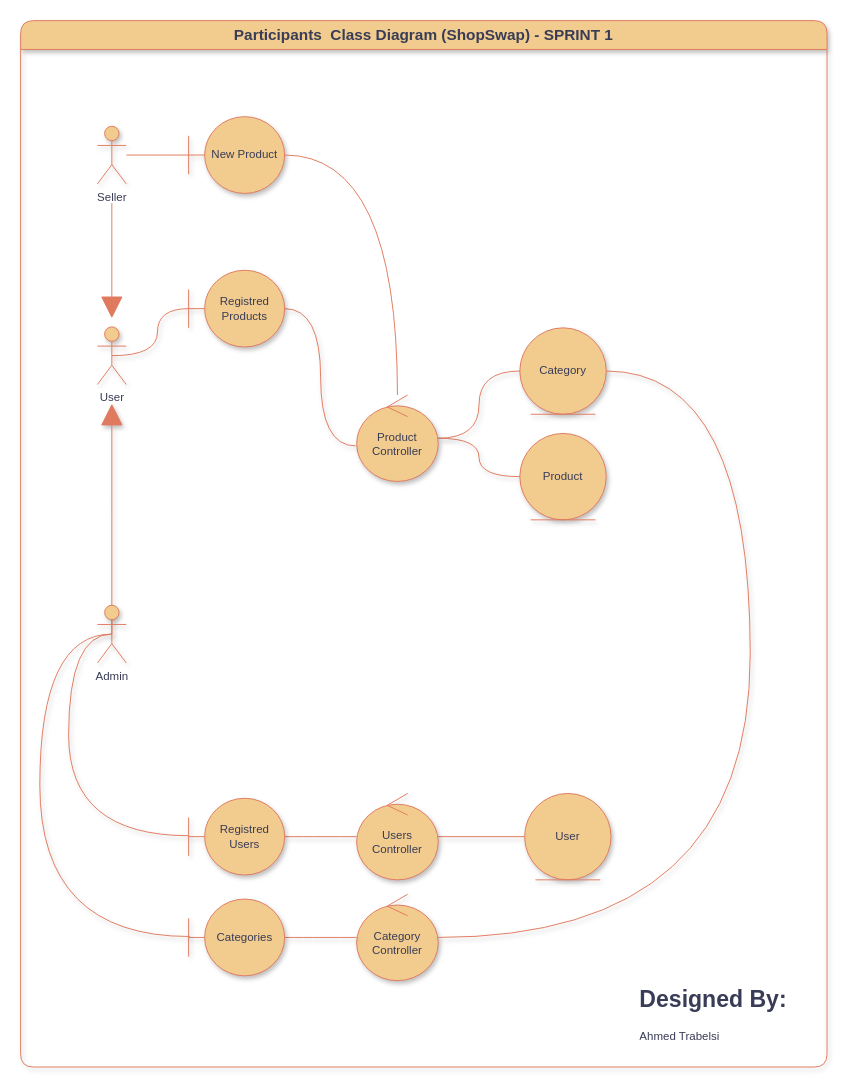
Above: Project Documentations/Conception/Modélisation UML/Analyse/Participants Class Diagram - SPRINT 1.drawio in AhmedTrabelsy/SwapShop (draw.io), before the change. Source tidied: cells renumbered, new cells numbered last; positions are measured from the earlier drawing's top-left corner, leaving out a move shared by most shapes. Both pictures are drawn from the tidied source at 96%, with x=0, y=0 at pixel (20, 20).
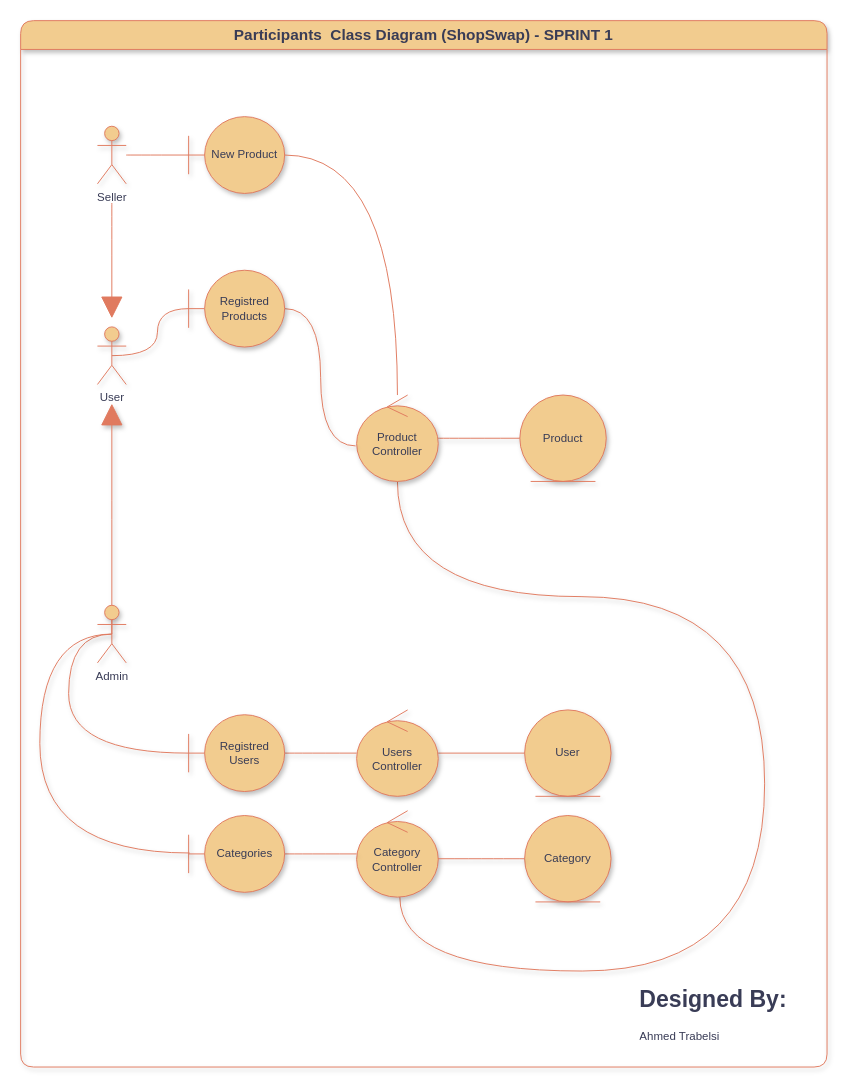
The same page after the edit.

Commit message (it also covers changes not shown here):
fix the participants class diagram

Unchanged cells that the change refers to:
```xml
<mxCell id="6" value="Product Controller" style="ellipse;shape=umlControl;whiteSpace=wrap;html=1;strokeColor=#E07A5F;fontColor=#393C56;fillColor=#F2CC8F;rounded=1;shadow=1;labelBackgroundColor=none;" parent="1" vertex="1">
  <mxGeometry x="350" y="390" width="85" height="90" as="geometry" />
</mxCell>
<mxCell id="11" value="Admin" style="shape=umlActor;verticalLabelPosition=bottom;verticalAlign=top;html=1;outlineConnect=0;labelBackgroundColor=none;fillColor=#F2CC8F;strokeColor=#E07A5F;fontColor=#393C56;rounded=1;shadow=1;" parent="1" vertex="1">
  <mxGeometry x="80" y="609" width="30" height="60" as="geometry" />
</mxCell>
<mxCell id="18" value="&lt;font style=&quot;font-size: 16px;&quot;&gt;Participants&amp;nbsp; Class Diagram (ShopSwap) - SPRINT 1&lt;/font&gt;" style="swimlane;whiteSpace=wrap;html=1;rounded=1;strokeColor=#E07A5F;fontColor=#393C56;fillColor=#F2CC8F;startSize=30;shadow=1;labelBackgroundColor=none;" parent="1" vertex="1">
  <mxGeometry width="840" height="1090" as="geometry" />
</mxCell>
```

Change to the diagram source:
```diff
@@
-    <mxCell id="5" style="edgeStyle=orthogonalEdgeStyle;jettySize=auto;html=1;strokeColor=#E07A5F;fontColor=default;fillColor=#F2CC8F;endArrow=none;endFill=0;curved=1;shadow=1;labelBackgroundColor=none;" parent="1" edge="1" source="6" target="16">
-      <mxGeometry relative="1" as="geometry" />
+    <mxCell id="5" style="edgeStyle=orthogonalEdgeStyle;jettySize=auto;html=1;strokeColor=#E07A5F;fontColor=default;fillColor=#F2CC8F;endArrow=none;endFill=0;curved=1;shadow=1;labelBackgroundColor=none;" parent="1" edge="1" source="6" target="19">
+      <mxGeometry relative="1" as="geometry">
+        <Array as="points">
+          <mxPoint x="393" y="600" />
+          <mxPoint x="775" y="600" />
+          <mxPoint x="775" y="990" />
+          <mxPoint x="395" y="990" />
+        </Array>
+      </mxGeometry>
     </mxCell>
@@
     <mxCell id="10" style="edgeStyle=orthogonalEdgeStyle;jettySize=auto;html=1;exitX=0.5;exitY=0.5;exitDx=0;exitDy=0;exitPerimeter=0;strokeColor=#E07A5F;fontColor=default;fillColor=#F2CC8F;endArrow=none;endFill=0;curved=1;shadow=1;labelBackgroundColor=none;" parent="1" edge="1" source="11" target="26">
       <mxGeometry relative="1" as="geometry">
         <Array as="points">
           <mxPoint x="50" y="639" />
-          <mxPoint x="50" y="849" />
+          <mxPoint x="50" y="763" />
         </Array>
       </mxGeometry>
     </mxCell>
@@
     <mxCell id="13" value="Users Controller" style="ellipse;shape=umlControl;whiteSpace=wrap;html=1;strokeColor=#E07A5F;fontColor=#393C56;fillColor=#F2CC8F;rounded=1;shadow=1;labelBackgroundColor=none;" parent="1" vertex="1">
-      <mxGeometry x="350" y="805" width="85" height="90" as="geometry" />
+      <mxGeometry x="350" y="718" width="85" height="90" as="geometry" />
     </mxCell>
-    <mxCell id="14" value="Product" style="ellipse;shape=umlEntity;whiteSpace=wrap;html=1;strokeColor=#E07A5F;fontColor=#393C56;fillColor=#F2CC8F;rounded=1;shadow=1;labelBackgroundColor=none;" parent="1" vertex="1">
-      <mxGeometry x="520" y="430" width="90" height="90" as="geometry" />
-    </mxCell>
@@
-    <mxCell id="16" value="Category" style="ellipse;shape=umlEntity;whiteSpace=wrap;html=1;strokeColor=#E07A5F;fontColor=#393C56;fillColor=#F2CC8F;rounded=1;shadow=1;labelBackgroundColor=none;" parent="1" vertex="1">
-      <mxGeometry x="520" y="320" width="90" height="90" as="geometry" />
-    </mxCell>
@@
     <mxCell id="19" value="Category Controller" style="ellipse;shape=umlControl;whiteSpace=wrap;html=1;strokeColor=#E07A5F;fontColor=#393C56;fillColor=#F2CC8F;rounded=1;shadow=1;labelBackgroundColor=none;" parent="18" vertex="1">
-      <mxGeometry x="350" y="910" width="85" height="90" as="geometry" />
+      <mxGeometry x="350" y="823" width="85" height="90" as="geometry" />
     </mxCell>
@@
     <mxCell id="21" value="Categories" style="shape=umlBoundary;whiteSpace=wrap;html=1;strokeColor=#E07A5F;fontColor=#393C56;fillColor=#F2CC8F;rounded=1;shadow=1;labelBackgroundColor=none;" parent="18" vertex="1">
-      <mxGeometry x="175" y="915" width="100" height="80" as="geometry" />
+      <mxGeometry x="175" y="828" width="100" height="80" as="geometry" />
     </mxCell>
@@
     <mxCell id="26" value="Registred Users" style="shape=umlBoundary;whiteSpace=wrap;html=1;strokeColor=#E07A5F;fontColor=#393C56;fillColor=#F2CC8F;rounded=1;shadow=1;labelBackgroundColor=none;" parent="18" vertex="1">
-      <mxGeometry x="175" y="810" width="100" height="80" as="geometry" />
+      <mxGeometry x="175" y="723" width="100" height="80" as="geometry" />
     </mxCell>
     <mxCell id="27" value="User" style="ellipse;shape=umlEntity;whiteSpace=wrap;html=1;strokeColor=#E07A5F;fontColor=#393C56;fillColor=#F2CC8F;rounded=1;shadow=1;labelBackgroundColor=none;" parent="18" vertex="1">
-      <mxGeometry x="525" y="805" width="90" height="90" as="geometry" />
+      <mxGeometry x="525" y="718" width="90" height="90" as="geometry" />
     </mxCell>
+    <mxCell id="16" value="Category" style="ellipse;shape=umlEntity;whiteSpace=wrap;html=1;strokeColor=#E07A5F;fontColor=#393C56;fillColor=#F2CC8F;rounded=1;shadow=1;labelBackgroundColor=none;" parent="18" vertex="1">
+      <mxGeometry x="525" y="828" width="90" height="90" as="geometry" />
+    </mxCell>
+    <mxCell id="29" style="edgeStyle=orthogonalEdgeStyle;jettySize=auto;html=1;strokeColor=#E07A5F;fontColor=default;fillColor=#F2CC8F;endArrow=none;endFill=0;curved=1;shadow=1;labelBackgroundColor=none;" parent="18" edge="1" source="19" target="16">
+      <mxGeometry relative="1" as="geometry">
+        <Array as="points">
+          <mxPoint x="505" y="873" />
+          <mxPoint x="505" y="873" />
+        </Array>
+      </mxGeometry>
+    </mxCell>
+    <mxCell id="14" value="Product" style="ellipse;shape=umlEntity;whiteSpace=wrap;html=1;strokeColor=#E07A5F;fontColor=#393C56;fillColor=#F2CC8F;rounded=1;shadow=1;labelBackgroundColor=none;" parent="18" vertex="1">
+      <mxGeometry x="520" y="390" width="90" height="90" as="geometry" />
+    </mxCell>
     <mxCell id="28" style="edgeStyle=orthogonalEdgeStyle;jettySize=auto;html=1;exitX=0.5;exitY=0.5;exitDx=0;exitDy=0;exitPerimeter=0;entryX=0.01;entryY=0.488;entryDx=0;entryDy=0;entryPerimeter=0;strokeColor=#E07A5F;fontColor=default;fillColor=#F2CC8F;curved=1;endArrow=none;endFill=0;shadow=1;labelBackgroundColor=none;" parent="1" edge="1" source="11" target="21">
       <mxGeometry relative="1" as="geometry">
         <Array as="points">
           <mxPoint x="20" y="639" />
-          <mxPoint x="20" y="954" />
+          <mxPoint x="20" y="867" />
         </Array>
       </mxGeometry>
     </mxCell>
-    <mxCell id="29" style="edgeStyle=orthogonalEdgeStyle;jettySize=auto;html=1;strokeColor=#E07A5F;fontColor=default;fillColor=#F2CC8F;endArrow=none;endFill=0;curved=1;shadow=1;labelBackgroundColor=none;" parent="1" edge="1" source="19" target="16">
-      <mxGeometry relative="1" as="geometry">
-        <Array as="points">
-          <mxPoint x="760" y="955" />
-          <mxPoint x="760" y="365" />
-        </Array>
-      </mxGeometry>
-    </mxCell>
```
